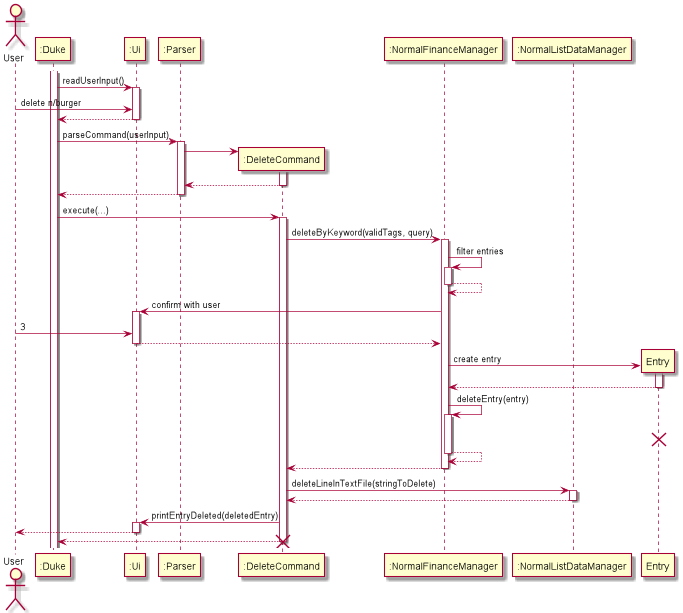
Earlier version of the PlantUML export docs/images/ArchitectureSequenceDiagram.png (yanjia1777/tp). The source it was exported from:
```plantuml
@startuml
Actor User
Participant ":Duke" as Duke
Participant ":Ui" as Ui
Participant ":Parser" as Parser
Participant ":DeleteCommand" as DeleteCommand
Participant ":NormalFinanceManager" as NormalFinanceManager
Participant ":NormalListDataManager" as NormalListDataManager

activate Duke
Duke -> Ui: readUserInput()
activate Ui
User -> Ui : delete n/burger
Ui --> Duke
deactivate Ui
Duke -> Parser : parseCommand(userInput)
activate Parser
create DeleteCommand
Parser -> DeleteCommand
activate DeleteCommand
DeleteCommand --> Parser
deactivate DeleteCommand
Parser --> Duke
deactivate Parser

Duke -> DeleteCommand : execute(...)
activate DeleteCommand
DeleteCommand -> NormalFinanceManager : deleteByKeyword(validTags, query)
activate NormalFinanceManager
NormalFinanceManager -> NormalFinanceManager : filter entries
activate NormalFinanceManager
NormalFinanceManager --> NormalFinanceManager
deactivate NormalFinanceManager
NormalFinanceManager -> Ui : confirm with user
activate Ui
User -> Ui : 3
Ui --> NormalFinanceManager
deactivate Ui
create Entry
NormalFinanceManager -> Entry : create entry
activate Entry
Entry --> NormalFinanceManager
deactivate Entry
NormalFinanceManager -> NormalFinanceManager : deleteEntry(entry)
activate NormalFinanceManager
destroy Entry
NormalFinanceManager --> NormalFinanceManager
deactivate NormalFinanceManager
NormalFinanceManager --> DeleteCommand
deactivate NormalFinanceManager
DeleteCommand -> NormalListDataManager : deleteLineInTextFile(stringToDelete)
activate NormalListDataManager
NormalListDataManager --> DeleteCommand
deactivate NormalListDataManager
DeleteCommand -> Ui : printEntryDeleted(deletedEntry)
activate Ui
Ui --> User
deactivate Ui
DeleteCommand --> Duke
deactivate DeleteCommand
destroy DeleteCommand
@enduml
```
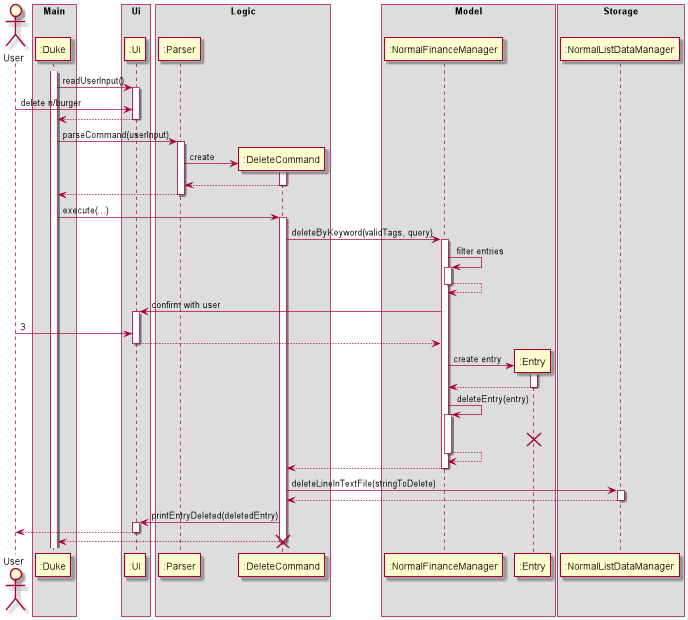
The same diagram one commit later.

The edit, as a diff of the source:
```diff
@@ -1,11 +1,26 @@
 @startuml
 Actor User
+box Main
 Participant ":Duke" as Duke
+end box
+
+box Ui
 Participant ":Ui" as Ui
+end box
+
+box Logic
 Participant ":Parser" as Parser
 Participant ":DeleteCommand" as DeleteCommand
+end box
+
+box Model
 Participant ":NormalFinanceManager" as NormalFinanceManager
+Participant ":Entry" as Entry
+end box
+
+box Storage
 Participant ":NormalListDataManager" as NormalListDataManager
+end box
 
 activate Duke
 Duke -> Ui: readUserInput()
@@ -16,7 +31,7 @@
 Duke -> Parser : parseCommand(userInput)
 activate Parser
 create DeleteCommand
-Parser -> DeleteCommand
+Parser -> DeleteCommand : create
 activate DeleteCommand
 DeleteCommand --> Parser
 deactivate DeleteCommand
```
